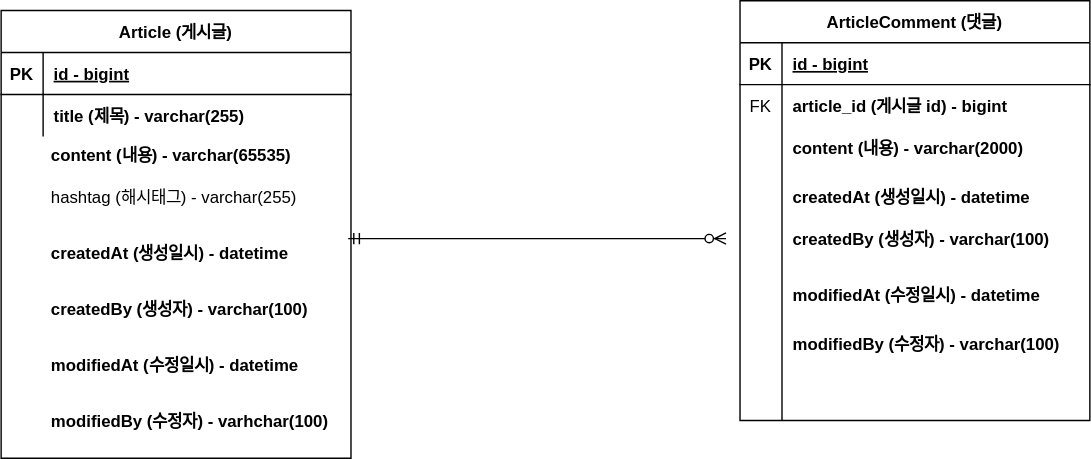
Before: document/project-board-erd.svg, a diagram exported from draw.io (supportlaver/fastcampus-project-board). Source tidied: cells renumbered, new cells last; positions are measured from the earlier drawing's top-left corner, leaving out a move shared by most shapes.
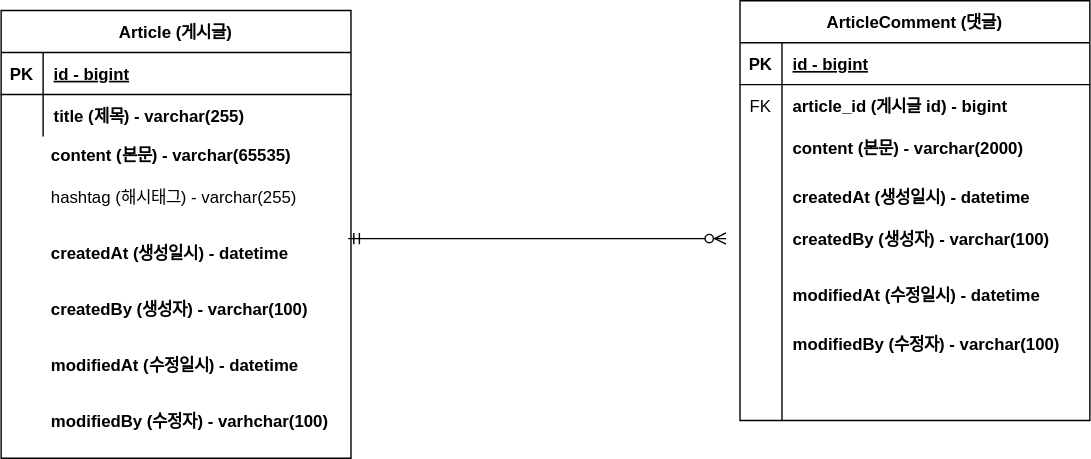
After the commit.

Commit message:
#8 - ERD 주석 업데이트 : project-board-erd.svg

Change to the diagram source:
```diff
@@ -50,7 +50,7 @@
     <mxCell id="17" style="shape=partialRectangle;overflow=hidden;fillColor=none;top=0;left=0;bottom=0;right=0;" parent="16" vertex="1">
       <mxGeometry width="30" height="30" as="geometry" />
     </mxCell>
-    <mxCell id="18" value="content (내용) - varchar(2000)" style="shape=partialRectangle;overflow=hidden;fillColor=none;top=0;left=0;bottom=0;right=0;align=left;spacingLeft=6;fontStyle=1;" parent="16" vertex="1">
+    <mxCell id="18" value="content (본문) - varchar(2000)" style="shape=partialRectangle;overflow=hidden;fillColor=none;top=0;left=0;bottom=0;right=0;align=left;spacingLeft=6;fontStyle=1;" parent="16" vertex="1">
       <mxGeometry x="30" width="220" height="30" as="geometry" />
     </mxCell>
     <mxCell id="19" style="shape=partialRectangle;fillColor=none;top=0;left=0;right=0;bottom=0;" parent="9" vertex="1">
@@ -107,7 +107,7 @@
     <mxCell id="36" style="shape=partialRectangle;overflow=hidden;fillColor=none;top=0;left=0;bottom=0;right=0;align=left;spacingLeft=6;" parent="34" vertex="1">
       <mxGeometry x="30" width="220" height="30" as="geometry" />
     </mxCell>
-    <mxCell id="37" value="content (내용) - varchar(65535)" style="shape=partialRectangle;overflow=hidden;fillColor=none;top=0;left=0;bottom=0;right=0;align=left;spacingLeft=6;fontStyle=1;" parent="1" vertex="1">
+    <mxCell id="37" value="content (본문) - varchar(65535)" style="shape=partialRectangle;overflow=hidden;fillColor=none;top=0;left=0;bottom=0;right=0;align=left;spacingLeft=6;fontStyle=1;" parent="1" vertex="1">
       <mxGeometry x="28" y="95" width="220" height="30" as="geometry" />
     </mxCell>
     <mxCell id="38" value="hashtag (해시태그) - varchar(255)" style="shape=partialRectangle;overflow=hidden;fillColor=none;top=0;left=0;bottom=0;right=0;align=left;spacingLeft=6;" parent="1" vertex="1">
```
